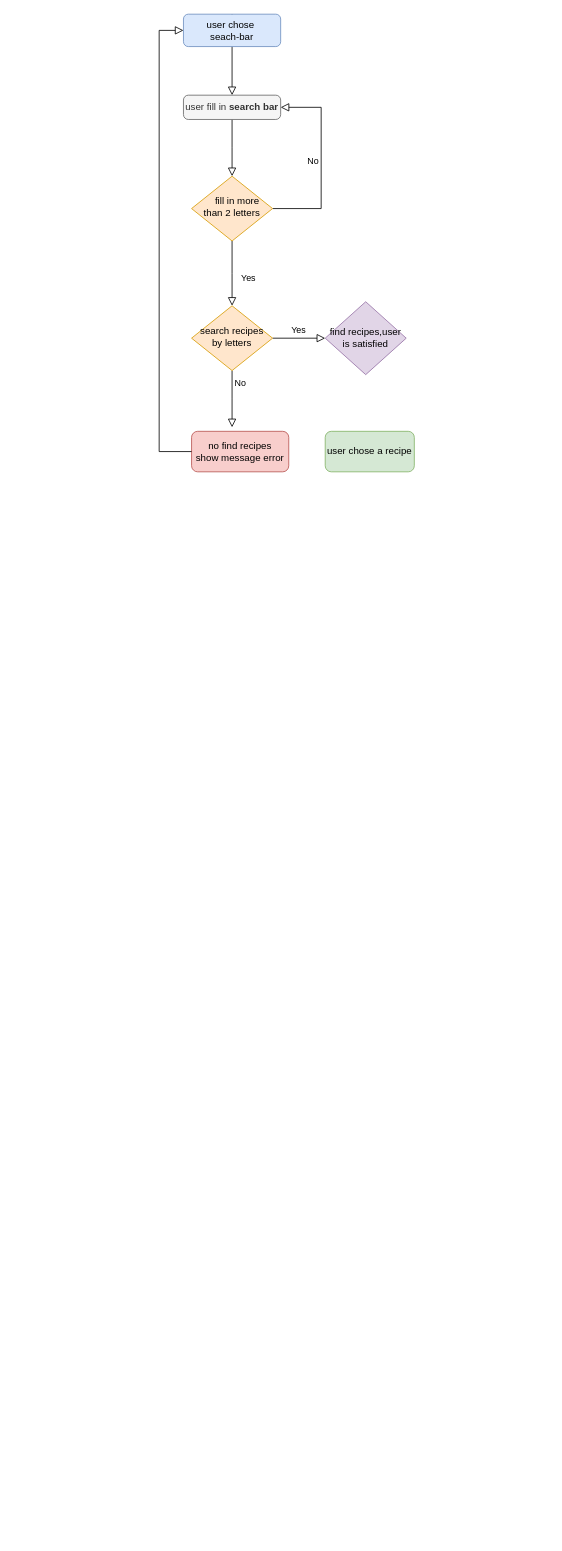
YU-KENT/les-petits-plats keeps this draw.io diagram as Diagramme sans nom.drawio. Above is the earlier version. Source tidied: cells renumbered, new cells numbered last; positions are measured from the earlier drawing's top-left corner, leaving out a move shared by most shapes. Both pictures are drawn from the tidied source at 81%, with x=0, y=0 at pixel (159, 14).
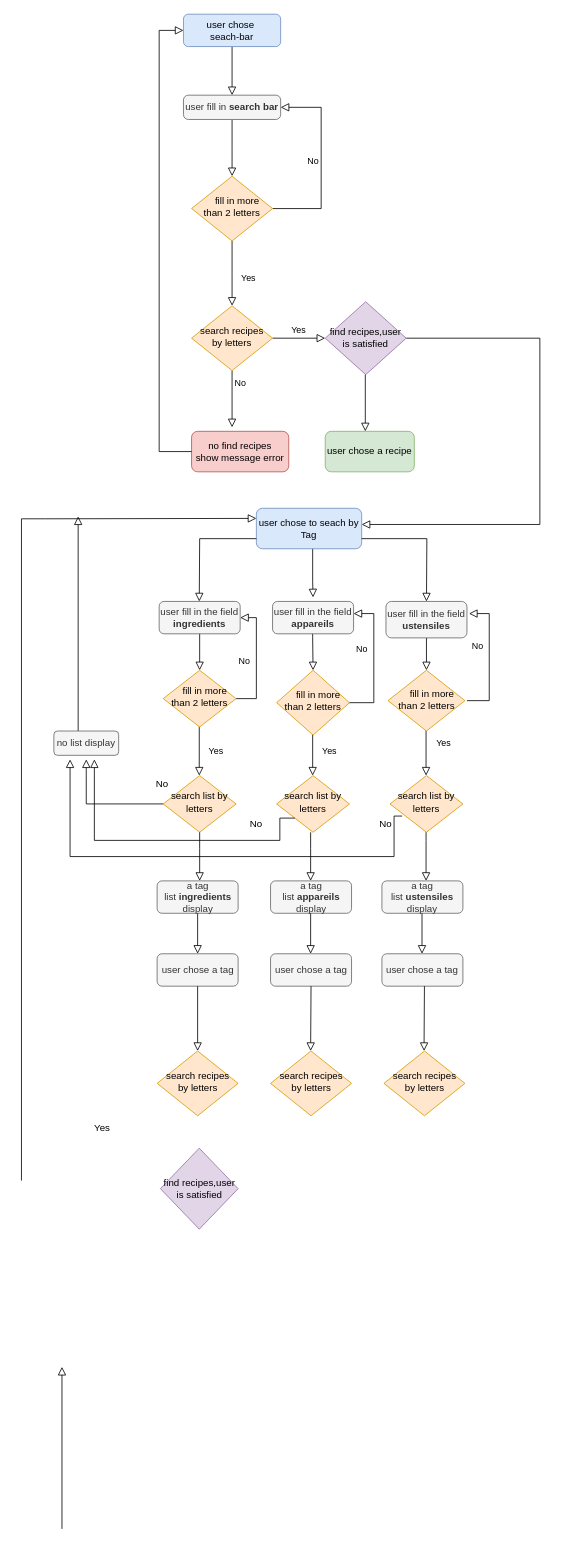
The same page after the edit.

Commit message (it also covers changes not shown here):
Mettre à jour Diagramme sans nom.drawio

The change refers to these unchanged cells:
```xml
<mxCell id="6" value="&amp;nbsp; &amp;nbsp; fill in more than 2 letters" style="rhombus;whiteSpace=wrap;html=1;shadow=0;fontFamily=Helvetica;fontSize=12;align=center;strokeWidth=1;spacing=6;spacingTop=-4;fillColor=#ffe6cc;strokeColor=#d79b00;" parent="1" vertex="1">
  <mxGeometry x="40" y="200" width="100" height="80" as="geometry" />
</mxCell>
<mxCell id="16" value="find recipes,user is satisfied" style="rhombus;whiteSpace=wrap;html=1;fillColor=#e1d5e7;strokeColor=#9673a6;" parent="1" vertex="1">
  <mxGeometry x="205" y="355" width="100" height="90" as="geometry" />
</mxCell>
```

What changed in the source:
```diff
@@
+    <mxCell id="17" style="rounded=0;html=1;jettySize=auto;fontSize=11;endArrow=block;endFill=0;endSize=8;strokeWidth=1;shadow=0;labelBackgroundColor=none;edgeStyle=orthogonalEdgeStyle;startArrow=none;exitX=1;exitY=0.5;exitDx=0;exitDy=0;entryX=1;entryY=0.4;entryDx=0;entryDy=0;entryPerimeter=0;" parent="1" edge="1" source="16" target="30">
+      <mxGeometry relative="1" as="geometry">
+        <Array as="points">
+          <mxPoint x="470" y="400" />
+          <mxPoint x="470" y="630" />
+        </Array>
+      </mxGeometry>
+    </mxCell>
@@
     <mxCell id="4" value="Yes" style="rounded=0;html=1;jettySize=auto;fontSize=11;endArrow=block;endFill=0;endSize=8;strokeWidth=1;shadow=0;labelBackgroundColor=none;edgeStyle=orthogonalEdgeStyle;" parent="1" edge="1" source="6">
-      <mxGeometry x="0.14" y="20" relative="1" as="geometry">
+      <mxGeometry x="0.15" y="20" relative="1" as="geometry">
         <mxPoint x="90" y="360" as="targetPoint" />
       </mxGeometry>
     </mxCell>
@@
+    <mxCell id="18" style="rounded=0;html=1;jettySize=auto;orthogonalLoop=1;fontSize=11;endArrow=block;endFill=0;endSize=8;strokeWidth=1;shadow=0;labelBackgroundColor=none;edgeStyle=orthogonalEdgeStyle;startArrow=none;exitX=0.5;exitY=1;exitDx=0;exitDy=0;" parent="1" edge="1">
+      <mxGeometry relative="1" as="geometry">
+        <mxPoint x="254.5" y="445" as="sourcePoint" />
+        <mxPoint x="254.5" y="515" as="targetPoint" />
+        <Array as="points">
+          <mxPoint x="254.5" y="475" />
+          <mxPoint x="254.5" y="475" />
+        </Array>
+      </mxGeometry>
+    </mxCell>
+    <mxCell id="19" value="Yes" style="rounded=0;html=1;jettySize=auto;orthogonalLoop=1;fontSize=11;endArrow=block;endFill=0;endSize=8;strokeWidth=1;shadow=0;labelBackgroundColor=none;edgeStyle=orthogonalEdgeStyle;" parent="1" edge="1">
+      <mxGeometry x="0.14" y="20" relative="1" as="geometry">
+        <mxPoint x="49.5" y="870" as="sourcePoint" />
+        <mxPoint x="49.5" y="940" as="targetPoint" />
+      </mxGeometry>
+    </mxCell>
+    <mxCell id="20" value="Yes" style="rounded=0;html=1;jettySize=auto;orthogonalLoop=1;fontSize=11;endArrow=block;endFill=0;endSize=8;strokeWidth=1;shadow=0;labelBackgroundColor=none;edgeStyle=orthogonalEdgeStyle;" parent="1" edge="1">
+      <mxGeometry x="0.11" y="21" relative="1" as="geometry">
+        <mxPoint x="329.5" y="870" as="sourcePoint" />
+        <mxPoint x="329.5" y="940" as="targetPoint" />
+        <Array as="points">
+          <mxPoint x="329.5" y="860" />
+          <mxPoint x="329.5" y="860" />
+        </Array>
+      </mxGeometry>
+    </mxCell>
+    <mxCell id="21" value="Yes" style="rounded=0;html=1;jettySize=auto;orthogonalLoop=1;fontSize=11;endArrow=block;endFill=0;endSize=8;strokeWidth=1;shadow=0;labelBackgroundColor=none;edgeStyle=orthogonalEdgeStyle;" parent="1" edge="1">
+      <mxGeometry x="0.14" y="20" relative="1" as="geometry">
+        <mxPoint x="189.5" y="870" as="sourcePoint" />
+        <mxPoint x="189.5" y="940" as="targetPoint" />
+      </mxGeometry>
+    </mxCell>
+    <mxCell id="22" style="rounded=0;html=1;jettySize=auto;fontSize=11;endArrow=block;endFill=0;endSize=8;strokeWidth=1;shadow=0;labelBackgroundColor=none;edgeStyle=orthogonalEdgeStyle;startArrow=none;entryX=0;entryY=0.25;entryDx=0;entryDy=0;entryPerimeter=0;" parent="1" edge="1" target="30">
+      <mxGeometry relative="1" as="geometry">
+        <mxPoint x="-170" y="1440" as="sourcePoint" />
+        <Array as="points">
+          <mxPoint x="-140" y="623" />
+          <mxPoint x="-180" y="623" />
+        </Array>
+      </mxGeometry>
+    </mxCell>
+    <mxCell id="23" style="rounded=0;html=1;jettySize=auto;fontSize=11;endArrow=block;endFill=0;endSize=8;strokeWidth=1;shadow=0;labelBackgroundColor=none;edgeStyle=orthogonalEdgeStyle;startArrow=none;exitX=0.5;exitY=0;exitDx=0;exitDy=0;" parent="1" edge="1" source="39">
+      <mxGeometry relative="1" as="geometry">
+        <mxPoint x="-100" y="620" as="targetPoint" />
+        <Array as="points">
+          <mxPoint x="-90" y="887" />
+          <mxPoint x="-100" y="887" />
+        </Array>
+      </mxGeometry>
+    </mxCell>
+    <mxCell id="24" value="No" style="edgeStyle=orthogonalEdgeStyle;rounded=0;html=1;jettySize=auto;fontSize=11;endArrow=block;endFill=0;endSize=8;strokeWidth=1;shadow=0;labelBackgroundColor=none;exitX=1;exitY=0.5;exitDx=0;exitDy=0;entryX=1;entryY=0.5;entryDx=0;entryDy=0;" parent="1" edge="1" source="36" target="31">
+      <mxGeometry x="-0.02" y="15" relative="1" as="geometry">
+        <Array as="points">
+          <mxPoint x="120" y="845" />
+          <mxPoint x="120" y="745" />
+        </Array>
+      </mxGeometry>
+    </mxCell>
+    <mxCell id="25" value="No" style="edgeStyle=orthogonalEdgeStyle;rounded=0;html=1;jettySize=auto;fontSize=11;endArrow=block;endFill=0;endSize=8;strokeWidth=1;shadow=0;labelBackgroundColor=none;entryX=1;entryY=0.5;entryDx=0;entryDy=0;exitX=0.93;exitY=0.5;exitDx=0;exitDy=0;exitPerimeter=0;" parent="1" edge="1" source="37">
+      <mxGeometry x="0.19" y="15" relative="1" as="geometry">
+        <mxPoint x="240" y="740" as="targetPoint" />
+        <Array as="points">
+          <mxPoint x="265" y="850" />
+          <mxPoint x="265" y="740" />
+        </Array>
+      </mxGeometry>
+    </mxCell>
+    <mxCell id="26" style="rounded=0;html=1;jettySize=auto;orthogonalLoop=1;fontSize=11;endArrow=block;endFill=0;endSize=8;strokeWidth=1;shadow=0;labelBackgroundColor=none;edgeStyle=orthogonalEdgeStyle;startArrow=none;" parent="1" edge="1">
+      <mxGeometry relative="1" as="geometry">
+        <mxPoint x="331" y="760" as="sourcePoint" />
+        <mxPoint x="330" y="810" as="targetPoint" />
+        <Array as="points">
+          <mxPoint x="331" y="770" />
+          <mxPoint x="330" y="770" />
+        </Array>
+      </mxGeometry>
+    </mxCell>
+    <mxCell id="27" style="rounded=0;html=1;jettySize=auto;orthogonalLoop=1;fontSize=11;endArrow=block;endFill=0;endSize=8;strokeWidth=1;shadow=0;labelBackgroundColor=none;edgeStyle=orthogonalEdgeStyle;startArrow=none;exitX=0.5;exitY=1;exitDx=0;exitDy=0;" parent="1" edge="1">
+      <mxGeometry relative="1" as="geometry">
+        <mxPoint x="189.5" y="650" as="sourcePoint" />
+        <mxPoint x="190" y="720" as="targetPoint" />
+        <Array as="points">
+          <mxPoint x="190" y="700" />
+          <mxPoint x="190" y="700" />
+        </Array>
+      </mxGeometry>
+    </mxCell>
+    <mxCell id="28" style="rounded=0;html=1;jettySize=auto;orthogonalLoop=1;fontSize=11;endArrow=block;endFill=0;endSize=8;strokeWidth=1;shadow=0;labelBackgroundColor=none;edgeStyle=orthogonalEdgeStyle;startArrow=none;exitX=0.5;exitY=1;exitDx=0;exitDy=0;" parent="1" edge="1">
+      <mxGeometry relative="1" as="geometry">
+        <mxPoint x="189.5" y="750" as="sourcePoint" />
+        <mxPoint x="190" y="810" as="targetPoint" />
+        <Array as="points">
+          <mxPoint x="190" y="770" />
+          <mxPoint x="190" y="770" />
+        </Array>
+      </mxGeometry>
+    </mxCell>
+    <mxCell id="29" style="rounded=0;html=1;jettySize=auto;orthogonalLoop=1;fontSize=11;endArrow=block;endFill=0;endSize=8;strokeWidth=1;shadow=0;labelBackgroundColor=none;edgeStyle=orthogonalEdgeStyle;startArrow=none;" parent="1" edge="1">
+      <mxGeometry relative="1" as="geometry">
+        <mxPoint x="50" y="760" as="sourcePoint" />
+        <mxPoint x="50" y="810" as="targetPoint" />
+      </mxGeometry>
+    </mxCell>
+    <mxCell id="30" value="user chose to seach by Tag" style="rounded=1;whiteSpace=wrap;html=1;fontSize=12;glass=0;strokeWidth=1;shadow=0;fillColor=#dae8fc;strokeColor=#6c8ebf;" parent="1" vertex="1">
+      <mxGeometry x="120" y="610" width="130" height="50" as="geometry" />
+    </mxCell>
+    <mxCell id="31" value="user fill in the field &lt;b&gt;ingredients&lt;/b&gt;" style="rounded=1;whiteSpace=wrap;html=1;fillColor=#f5f5f5;fontColor=#333333;strokeColor=#666666;" parent="1" vertex="1">
+      <mxGeometry y="725" width="100" height="40" as="geometry" />
+    </mxCell>
+    <mxCell id="32" value="user fill in the field &lt;b&gt;appareils&lt;/b&gt;" style="rounded=1;whiteSpace=wrap;html=1;fillColor=#f5f5f5;fontColor=#333333;strokeColor=#666666;" parent="1" vertex="1">
+      <mxGeometry x="140" y="725" width="100" height="40" as="geometry" />
+    </mxCell>
+    <mxCell id="33" value="user fill in the field &lt;b&gt;ustensiles&lt;/b&gt;" style="rounded=1;whiteSpace=wrap;html=1;fillColor=#f5f5f5;fontColor=#333333;strokeColor=#666666;" parent="1" vertex="1">
+      <mxGeometry x="280" y="725" width="100" height="45" as="geometry" />
+    </mxCell>
+    <mxCell id="34" style="rounded=0;html=1;jettySize=auto;fontSize=11;endArrow=block;endFill=0;endSize=8;strokeWidth=1;shadow=0;labelBackgroundColor=none;edgeStyle=orthogonalEdgeStyle;startArrow=none;entryX=0.5;entryY=0;entryDx=0;entryDy=0;exitX=0;exitY=0.75;exitDx=0;exitDy=0;" parent="1" edge="1" source="30">
+      <mxGeometry relative="1" as="geometry">
+        <mxPoint x="49.5" y="725" as="targetPoint" />
+      </mxGeometry>
+    </mxCell>
+    <mxCell id="35" style="rounded=0;html=1;jettySize=auto;fontSize=11;endArrow=block;endFill=0;endSize=8;strokeWidth=1;shadow=0;labelBackgroundColor=none;edgeStyle=orthogonalEdgeStyle;startArrow=none;entryX=0.5;entryY=0;entryDx=0;entryDy=0;exitX=1;exitY=0.75;exitDx=0;exitDy=0;" parent="1" edge="1" source="30">
+      <mxGeometry relative="1" as="geometry">
+        <mxPoint x="330" y="725" as="targetPoint" />
+      </mxGeometry>
+    </mxCell>
+    <mxCell id="36" value="&amp;nbsp; &amp;nbsp; fill in more than 2 letters" style="rhombus;whiteSpace=wrap;html=1;shadow=0;fontFamily=Helvetica;fontSize=12;align=center;strokeWidth=1;spacing=6;spacingTop=-4;fillColor=#ffe6cc;strokeColor=#d79b00;" parent="1" vertex="1">
+      <mxGeometry x="5" y="810" width="90" height="70" as="geometry" />
+    </mxCell>
+    <mxCell id="37" value="&amp;nbsp; &amp;nbsp; fill in more than 2 letters" style="rhombus;whiteSpace=wrap;html=1;shadow=0;fontFamily=Helvetica;fontSize=12;align=center;strokeWidth=1;spacing=6;spacingTop=-4;fillColor=#ffe6cc;strokeColor=#d79b00;" parent="1" vertex="1">
+      <mxGeometry x="145" y="810" width="90" height="80" as="geometry" />
+    </mxCell>
+    <mxCell id="38" value="&amp;nbsp; &amp;nbsp; fill in more than 2 letters" style="rhombus;whiteSpace=wrap;html=1;shadow=0;fontFamily=Helvetica;fontSize=12;align=center;strokeWidth=1;spacing=6;spacingTop=-4;fillColor=#ffe6cc;strokeColor=#d79b00;" parent="1" vertex="1">
+      <mxGeometry x="282.5" y="810" width="95" height="75" as="geometry" />
+    </mxCell>
+    <mxCell id="39" value="no list display" style="rounded=1;whiteSpace=wrap;html=1;fillColor=#f5f5f5;fontColor=#333333;strokeColor=#666666;" parent="1" vertex="1">
+      <mxGeometry x="-130" y="885" width="80" height="30" as="geometry" />
+    </mxCell>
+    <mxCell id="40" value="a tag list&amp;nbsp;&lt;b style=&quot;border-color: var(--border-color);&quot;&gt;appareils&lt;/b&gt;&lt;br&gt;display" style="rounded=1;whiteSpace=wrap;html=1;fillColor=#f5f5f5;fontColor=#333333;strokeColor=#666666;" parent="1" vertex="1">
+      <mxGeometry x="137.5" y="1070" width="100" height="40" as="geometry" />
+    </mxCell>
+    <mxCell id="41" value="a tag list&amp;nbsp;&lt;b style=&quot;border-color: var(--border-color);&quot;&gt;ustensiles&lt;/b&gt;&lt;br&gt;display" style="rounded=1;whiteSpace=wrap;html=1;fillColor=#f5f5f5;fontColor=#333333;strokeColor=#666666;" parent="1" vertex="1">
+      <mxGeometry x="275" y="1070" width="100" height="40" as="geometry" />
+    </mxCell>
+    <mxCell id="42" value="a tag list&amp;nbsp;&lt;b&gt;ingredients &lt;/b&gt;display" style="rounded=1;whiteSpace=wrap;html=1;fillColor=#f5f5f5;fontColor=#333333;strokeColor=#666666;" parent="1" vertex="1">
+      <mxGeometry x="-2.5" y="1070" width="100" height="40" as="geometry" />
+    </mxCell>
+    <mxCell id="43" style="edgeStyle=orthogonalEdgeStyle;rounded=0;orthogonalLoop=1;jettySize=auto;html=1;exitX=0.5;exitY=1;exitDx=0;exitDy=0;strokeColor=default;" parent="1" edge="1" source="39" target="39">
+      <mxGeometry relative="1" as="geometry" />
+    </mxCell>
+    <mxCell id="44" value="user chose a tag" style="rounded=1;whiteSpace=wrap;html=1;fillColor=#f5f5f5;fontColor=#333333;strokeColor=#666666;" parent="1" vertex="1">
+      <mxGeometry x="275" y="1160" width="100" height="40" as="geometry" />
+    </mxCell>
+    <mxCell id="45" value="user chose a tag" style="rounded=1;whiteSpace=wrap;html=1;fillColor=#f5f5f5;fontColor=#333333;strokeColor=#666666;" parent="1" vertex="1">
+      <mxGeometry x="137.5" y="1160" width="100" height="40" as="geometry" />
+    </mxCell>
+    <mxCell id="46" value="user chose a tag" style="rounded=1;whiteSpace=wrap;html=1;fillColor=#f5f5f5;fontColor=#333333;strokeColor=#666666;" parent="1" vertex="1">
+      <mxGeometry x="-2.5" y="1160" width="100" height="40" as="geometry" />
+    </mxCell>
+    <mxCell id="47" style="rounded=0;html=1;jettySize=auto;fontSize=11;endArrow=block;endFill=0;endSize=8;strokeWidth=1;shadow=0;labelBackgroundColor=none;edgeStyle=orthogonalEdgeStyle;startArrow=none;entryX=0.5;entryY=0;entryDx=0;entryDy=0;exitX=0.5;exitY=1;exitDx=0;exitDy=0;" parent="1" edge="1" source="42" target="46">
+      <mxGeometry relative="1" as="geometry" />
+    </mxCell>
+    <mxCell id="48" style="rounded=0;html=1;jettySize=auto;orthogonalLoop=1;fontSize=11;endArrow=block;endFill=0;endSize=8;strokeWidth=1;shadow=0;labelBackgroundColor=none;edgeStyle=orthogonalEdgeStyle;startArrow=none;entryX=0.5;entryY=0;entryDx=0;entryDy=0;exitX=0.5;exitY=1;exitDx=0;exitDy=0;" parent="1" edge="1">
+      <mxGeometry relative="1" as="geometry">
+        <mxPoint x="187" y="1110" as="sourcePoint" />
+        <mxPoint x="187" y="1160" as="targetPoint" />
+        <Array as="points">
+          <mxPoint x="187.5" y="1159.8" />
+        </Array>
+      </mxGeometry>
+    </mxCell>
+    <mxCell id="49" style="rounded=0;html=1;jettySize=auto;orthogonalLoop=1;fontSize=11;endArrow=block;endFill=0;endSize=8;strokeWidth=1;shadow=0;labelBackgroundColor=none;edgeStyle=orthogonalEdgeStyle;startArrow=none;entryX=0.5;entryY=0;entryDx=0;entryDy=0;exitX=0.5;exitY=1;exitDx=0;exitDy=0;" parent="1" edge="1">
+      <mxGeometry relative="1" as="geometry">
+        <mxPoint x="324.5" y="1110" as="sourcePoint" />
+        <mxPoint x="324.5" y="1160" as="targetPoint" />
+      </mxGeometry>
+    </mxCell>
+    <mxCell id="50" style="rounded=0;html=1;jettySize=auto;fontSize=11;endArrow=block;endFill=0;endSize=8;strokeWidth=1;shadow=0;labelBackgroundColor=none;edgeStyle=orthogonalEdgeStyle;startArrow=none;exitX=0.5;exitY=1;exitDx=0;exitDy=0;" parent="1" edge="1" source="46">
+      <mxGeometry relative="1" as="geometry">
+        <mxPoint x="47.5" y="1280" as="targetPoint" />
+        <Array as="points">
+          <mxPoint x="47.5" y="1200" />
+          <mxPoint x="47.5" y="1290" />
+        </Array>
+      </mxGeometry>
+    </mxCell>
+    <mxCell id="51" style="rounded=0;html=1;jettySize=auto;orthogonalLoop=1;fontSize=11;endArrow=block;endFill=0;endSize=8;strokeWidth=1;shadow=0;labelBackgroundColor=none;edgeStyle=orthogonalEdgeStyle;startArrow=none;" parent="1" edge="1">
+      <mxGeometry relative="1" as="geometry">
+        <mxPoint x="-120" y="1870" as="sourcePoint" />
+        <mxPoint x="-120" y="1670" as="targetPoint" />
+        <Array as="points">
+          <mxPoint x="-120" y="1680" />
+        </Array>
+      </mxGeometry>
+    </mxCell>
+    <mxCell id="52" value="Yes" style="text;html=1;strokeColor=none;fillColor=none;align=center;verticalAlign=middle;whiteSpace=wrap;rounded=0;" parent="1" vertex="1">
+      <mxGeometry x="-100" y="1360" width="60" height="30" as="geometry" />
+    </mxCell>
+    <mxCell id="53" value="search list by letters" style="rhombus;whiteSpace=wrap;html=1;shadow=0;fontFamily=Helvetica;fontSize=12;align=center;strokeWidth=1;spacing=6;spacingTop=-4;fillColor=#ffe6cc;strokeColor=#d79b00;" parent="1" vertex="1">
+      <mxGeometry x="5" y="940" width="90" height="70" as="geometry" />
+    </mxCell>
+    <mxCell id="54" value="search list by letters" style="rhombus;whiteSpace=wrap;html=1;shadow=0;fontFamily=Helvetica;fontSize=12;align=center;strokeWidth=1;spacing=6;spacingTop=-4;fillColor=#ffe6cc;strokeColor=#d79b00;" parent="1" vertex="1">
+      <mxGeometry x="145" y="940" width="90" height="70" as="geometry" />
+    </mxCell>
+    <mxCell id="55" value="search list by letters" style="rhombus;whiteSpace=wrap;html=1;shadow=0;fontFamily=Helvetica;fontSize=12;align=center;strokeWidth=1;spacing=6;spacingTop=-4;fillColor=#ffe6cc;strokeColor=#d79b00;" parent="1" vertex="1">
+      <mxGeometry x="285" y="940" width="90" height="70" as="geometry" />
+    </mxCell>
+    <mxCell id="56" style="rounded=0;html=1;jettySize=auto;fontSize=11;endArrow=block;endFill=0;endSize=8;strokeWidth=1;shadow=0;labelBackgroundColor=none;edgeStyle=orthogonalEdgeStyle;startArrow=none;exitX=0.5;exitY=1;exitDx=0;exitDy=0;" parent="1" edge="1" source="53">
+      <mxGeometry relative="1" as="geometry">
+        <mxPoint x="50" y="1070" as="targetPoint" />
+        <Array as="points">
+          <mxPoint x="50" y="1030" />
+        </Array>
+      </mxGeometry>
+    </mxCell>
+    <mxCell id="57" style="rounded=0;html=1;jettySize=auto;orthogonalLoop=1;fontSize=11;endArrow=block;endFill=0;endSize=8;strokeWidth=1;shadow=0;labelBackgroundColor=none;edgeStyle=orthogonalEdgeStyle;startArrow=none;exitX=0.5;exitY=1;exitDx=0;exitDy=0;" parent="1" edge="1">
+      <mxGeometry relative="1" as="geometry">
+        <mxPoint x="187" y="1010" as="sourcePoint" />
+        <mxPoint x="187" y="1070" as="targetPoint" />
+        <Array as="points">
+          <mxPoint x="187" y="1030" />
+        </Array>
+      </mxGeometry>
+    </mxCell>
+    <mxCell id="58" style="rounded=0;html=1;jettySize=auto;orthogonalLoop=1;fontSize=11;endArrow=block;endFill=0;endSize=8;strokeWidth=1;shadow=0;labelBackgroundColor=none;edgeStyle=orthogonalEdgeStyle;startArrow=none;exitX=0.5;exitY=1;exitDx=0;exitDy=0;" parent="1" edge="1">
+      <mxGeometry relative="1" as="geometry">
+        <mxPoint x="329.5" y="1010" as="sourcePoint" />
+        <mxPoint x="329.5" y="1070" as="targetPoint" />
+        <Array as="points">
+          <mxPoint x="329.5" y="1020" />
+          <mxPoint x="329.5" y="1020" />
+        </Array>
+      </mxGeometry>
+    </mxCell>
+    <mxCell id="59" style="rounded=0;html=1;jettySize=auto;fontSize=11;endArrow=block;endFill=0;endSize=8;strokeWidth=1;shadow=0;labelBackgroundColor=none;edgeStyle=orthogonalEdgeStyle;startArrow=none;exitX=0;exitY=0.5;exitDx=0;exitDy=0;" parent="1" edge="1" source="53">
+      <mxGeometry relative="1" as="geometry">
+        <mxPoint x="-90" y="920" as="targetPoint" />
+        <Array as="points">
+          <mxPoint x="-90" y="975" />
+        </Array>
+      </mxGeometry>
+    </mxCell>
+    <mxCell id="60" style="rounded=0;html=1;jettySize=auto;fontSize=11;endArrow=block;endFill=0;endSize=8;strokeWidth=1;shadow=0;labelBackgroundColor=none;edgeStyle=orthogonalEdgeStyle;startArrow=none;exitX=0;exitY=1;exitDx=0;exitDy=0;" parent="1" edge="1" source="54">
+      <mxGeometry relative="1" as="geometry">
+        <mxPoint x="-80" y="920" as="targetPoint" />
+        <Array as="points">
+          <mxPoint x="149" y="993" />
+          <mxPoint x="149" y="1020" />
+          <mxPoint x="-80" y="1020" />
+        </Array>
+      </mxGeometry>
+    </mxCell>
+    <mxCell id="61" style="rounded=0;html=1;jettySize=auto;orthogonalLoop=1;fontSize=11;endArrow=block;endFill=0;endSize=8;strokeWidth=1;shadow=0;labelBackgroundColor=none;edgeStyle=orthogonalEdgeStyle;startArrow=none;" parent="1" edge="1">
+      <mxGeometry relative="1" as="geometry">
+        <mxPoint x="300" y="990" as="sourcePoint" />
+        <mxPoint x="-110" y="920" as="targetPoint" />
+        <Array as="points">
+          <mxPoint x="290" y="990" />
+          <mxPoint x="290" y="1040" />
+          <mxPoint x="-110" y="1040" />
+        </Array>
+      </mxGeometry>
+    </mxCell>
+    <mxCell id="62" value="No" style="text;html=1;strokeColor=none;fillColor=none;align=center;verticalAlign=middle;whiteSpace=wrap;rounded=0;" parent="1" vertex="1">
+      <mxGeometry x="-16" y="940" width="40" height="20" as="geometry" />
+    </mxCell>
+    <mxCell id="63" value="No" style="text;html=1;strokeColor=none;fillColor=none;align=center;verticalAlign=middle;whiteSpace=wrap;rounded=0;" parent="1" vertex="1">
+      <mxGeometry x="260" y="990" width="40" height="20" as="geometry" />
+    </mxCell>
+    <mxCell id="64" value="No" style="text;html=1;strokeColor=none;fillColor=none;align=center;verticalAlign=middle;whiteSpace=wrap;rounded=0;" parent="1" vertex="1">
+      <mxGeometry x="100" y="990" width="40" height="20" as="geometry" />
+    </mxCell>
+    <mxCell id="65" value="search recipes by letters" style="rhombus;whiteSpace=wrap;html=1;shadow=0;fontFamily=Helvetica;fontSize=12;align=center;strokeWidth=1;spacing=6;spacingTop=-4;fillColor=#ffe6cc;strokeColor=#d79b00;" parent="1" vertex="1">
+      <mxGeometry x="-2.5" y="1280" width="100" height="80" as="geometry" />
+    </mxCell>
+    <mxCell id="66" value="search recipes by letters" style="rhombus;whiteSpace=wrap;html=1;shadow=0;fontFamily=Helvetica;fontSize=12;align=center;strokeWidth=1;spacing=6;spacingTop=-4;fillColor=#ffe6cc;strokeColor=#d79b00;" parent="1" vertex="1">
+      <mxGeometry x="137.5" y="1280" width="100" height="80" as="geometry" />
+    </mxCell>
+    <mxCell id="67" value="search recipes by letters" style="rhombus;whiteSpace=wrap;html=1;shadow=0;fontFamily=Helvetica;fontSize=12;align=center;strokeWidth=1;spacing=6;spacingTop=-4;fillColor=#ffe6cc;strokeColor=#d79b00;" parent="1" vertex="1">
+      <mxGeometry x="277.5" y="1280" width="100" height="80" as="geometry" />
+    </mxCell>
+    <mxCell id="68" value="find recipes,user is satisfied" style="rhombus;whiteSpace=wrap;html=1;fillColor=#e1d5e7;strokeColor=#9673a6;" parent="1" vertex="1">
+      <mxGeometry x="1.5" y="1400" width="96" height="100" as="geometry" />
+    </mxCell>
+    <mxCell id="69" style="rounded=0;html=1;jettySize=auto;orthogonalLoop=1;fontSize=11;endArrow=block;endFill=0;endSize=8;strokeWidth=1;shadow=0;labelBackgroundColor=none;edgeStyle=orthogonalEdgeStyle;startArrow=none;exitX=0.5;exitY=1;exitDx=0;exitDy=0;" parent="1" edge="1">
+      <mxGeometry relative="1" as="geometry">
+        <mxPoint x="187.5" y="1200" as="sourcePoint" />
+        <mxPoint x="187" y="1280" as="targetPoint" />
+        <Array as="points">
+          <mxPoint x="187" y="1200" />
+          <mxPoint x="187" y="1290" />
+        </Array>
+      </mxGeometry>
+    </mxCell>
+    <mxCell id="70" style="rounded=0;html=1;jettySize=auto;orthogonalLoop=1;fontSize=11;endArrow=block;endFill=0;endSize=8;strokeWidth=1;shadow=0;labelBackgroundColor=none;edgeStyle=orthogonalEdgeStyle;startArrow=none;exitX=0.5;exitY=1;exitDx=0;exitDy=0;" parent="1" edge="1">
+      <mxGeometry relative="1" as="geometry">
+        <mxPoint x="327.5" y="1200" as="sourcePoint" />
+        <mxPoint x="327" y="1280" as="targetPoint" />
+        <Array as="points">
+          <mxPoint x="327" y="1200" />
+          <mxPoint x="327" y="1290" />
+        </Array>
+      </mxGeometry>
+    </mxCell>
+    <mxCell id="71" value="No" style="edgeStyle=orthogonalEdgeStyle;rounded=0;html=1;jettySize=auto;orthogonalLoop=1;fontSize=11;endArrow=block;endFill=0;endSize=8;strokeWidth=1;shadow=0;labelBackgroundColor=none;entryX=1;entryY=0.5;entryDx=0;entryDy=0;exitX=1;exitY=0.5;exitDx=0;exitDy=0;" parent="1" edge="1">
+      <mxGeometry x="0.19" y="15" relative="1" as="geometry">
+        <mxPoint x="380" y="847.5" as="sourcePoint" />
+        <mxPoint x="382.5" y="740" as="targetPoint" />
+        <Array as="points">
+          <mxPoint x="407.5" y="848" />
+          <mxPoint x="407.5" y="740" />
+        </Array>
+      </mxGeometry>
+    </mxCell>
```
